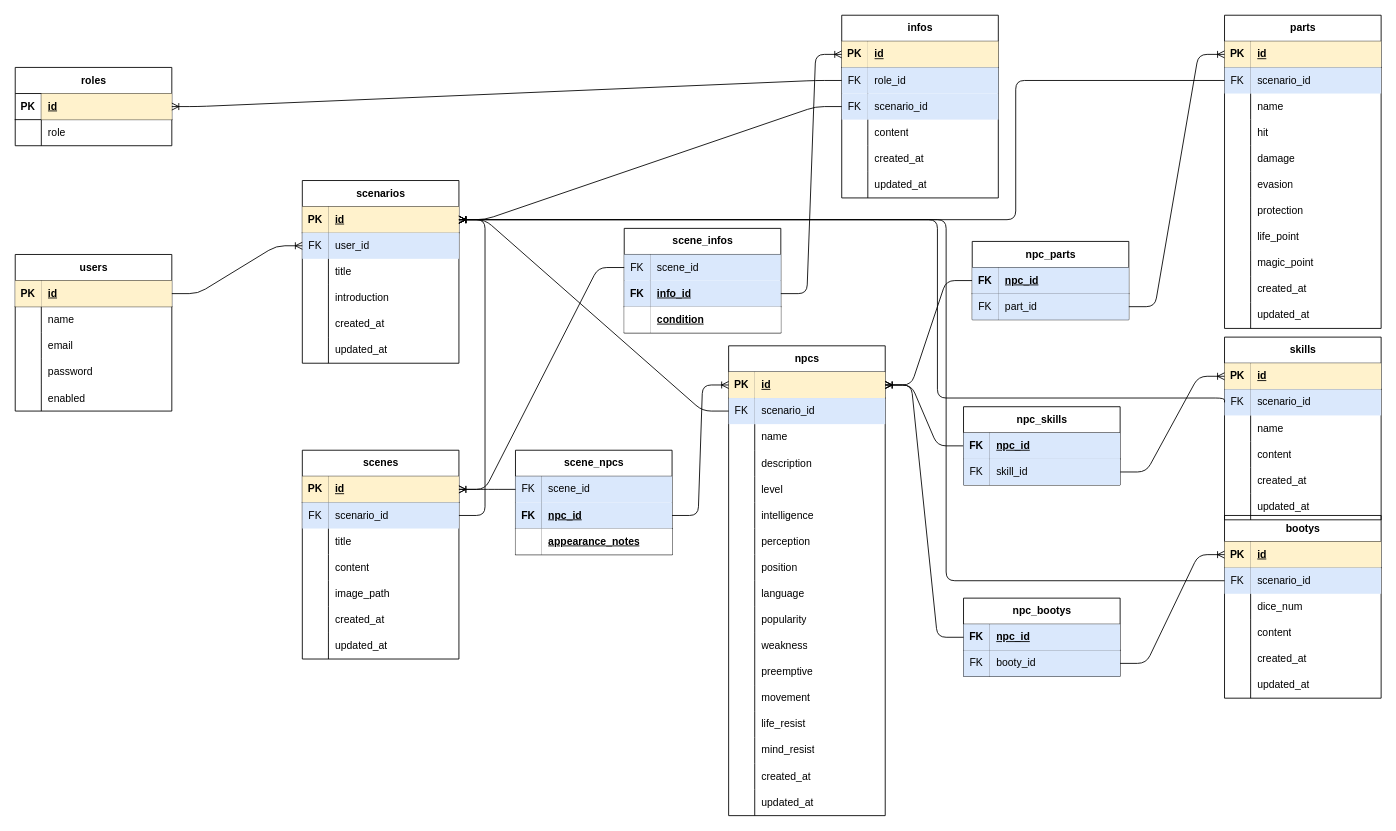
This is page "ページ1" (1 of 2) of ER.drawio from nyandoragora/trpg-writer, a draw.io file, before an edit. Source tidied: cells renumbered, new cells numbered last; positions are measured from the earlier drawing's top-left corner, leaving out a move shared by most shapes. Both pictures are drawn from the tidied source at 87%, with x=0, y=0 at pixel (15, 15).
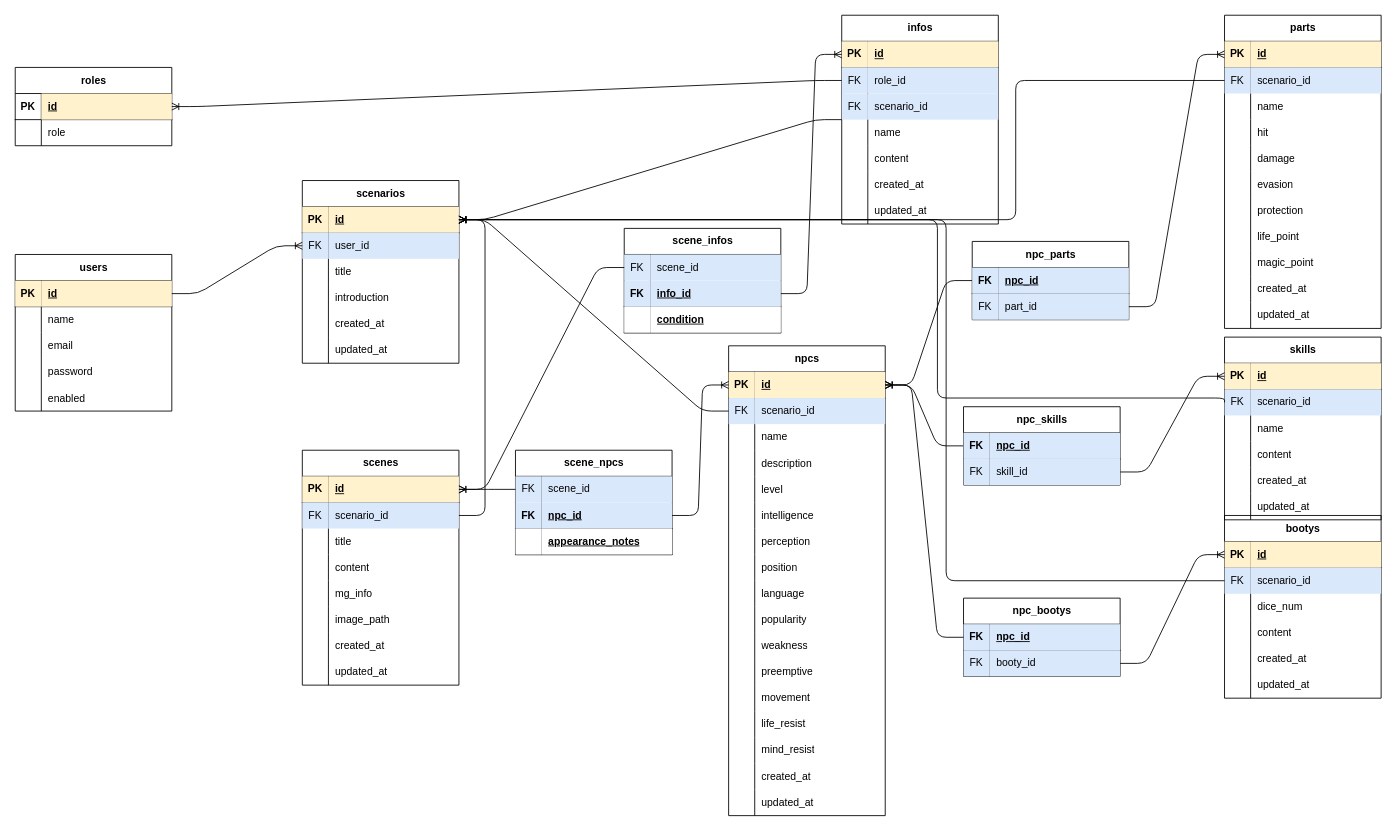
After the change.

Change to the diagram source:
```diff
@@
     <mxCell id="45" value="scenes" style="shape=table;startSize=30;childLayout=tableLayout;rowLines=0;fontStyle=1;align=center;html=1;" parent="1" vertex="1">
-      <mxGeometry x="330" y="500" width="180" height="240" as="geometry" />
+      <mxGeometry x="330" y="500" width="180" height="270" as="geometry" />
     </mxCell>
@@
+    <mxCell id="268" style="shape=tableRow;horizontal=0;startSize=0;swimlaneHead=0;swimlaneBody=0;fillColor=none;top=0;left=0;right=0;bottom=0;" parent="45" vertex="1">
+      <mxGeometry y="150" width="180" height="30" as="geometry" />
+    </mxCell>
+    <mxCell id="269" style="shape=partialRectangle;fillColor=none;top=0;left=0;bottom=0;right=0;overflow=hidden;whiteSpace=wrap;html=1;" parent="268" vertex="1">
+      <mxGeometry width="30" height="30" as="geometry" />
+    </mxCell>
+    <mxCell id="270" value="mg_info" style="shape=partialRectangle;fillColor=none;top=0;left=0;bottom=0;right=0;align=left;spacingLeft=6;overflow=hidden;whiteSpace=wrap;html=1;" parent="268" vertex="1">
+      <mxGeometry x="30" width="150" height="30" as="geometry" />
+    </mxCell>
     <mxCell id="58" style="shape=tableRow;horizontal=0;startSize=0;swimlaneHead=0;swimlaneBody=0;fillColor=none;top=0;left=0;right=0;bottom=0;" parent="45" vertex="1">
-      <mxGeometry y="150" width="180" height="30" as="geometry" />
+      <mxGeometry y="180" width="180" height="30" as="geometry" />
     </mxCell>
@@
     <mxCell id="61" style="shape=tableRow;horizontal=0;startSize=0;swimlaneHead=0;swimlaneBody=0;fillColor=none;top=0;left=0;right=0;bottom=0;" parent="45" vertex="1">
-      <mxGeometry y="180" width="180" height="30" as="geometry" />
+      <mxGeometry y="210" width="180" height="30" as="geometry" />
     </mxCell>
@@
     <mxCell id="64" style="shape=tableRow;horizontal=0;startSize=0;swimlaneHead=0;swimlaneBody=0;fillColor=none;top=0;left=0;right=0;bottom=0;" parent="45" vertex="1">
-      <mxGeometry y="210" width="180" height="30" as="geometry" />
+      <mxGeometry y="240" width="180" height="30" as="geometry" />
     </mxCell>
@@
     <mxCell id="67" value="infos" style="shape=table;startSize=30;childLayout=tableLayout;rowLines=0;fontStyle=1;align=center;html=1;" parent="1" vertex="1">
-      <mxGeometry x="950" width="180" height="210" as="geometry" />
+      <mxGeometry x="950" width="180" height="240" as="geometry" />
     </mxCell>
@@
+    <mxCell id="271" style="shape=tableRow;horizontal=0;startSize=0;swimlaneHead=0;swimlaneBody=0;fillColor=none;top=0;left=0;right=0;bottom=0;" parent="67" vertex="1">
+      <mxGeometry y="120" width="180" height="30" as="geometry" />
+    </mxCell>
+    <mxCell id="272" style="shape=partialRectangle;fillColor=none;top=0;left=0;bottom=0;right=0;overflow=hidden;whiteSpace=wrap;html=1;" parent="271" vertex="1">
+      <mxGeometry width="30" height="30" as="geometry" />
+    </mxCell>
+    <mxCell id="273" value="name" style="shape=partialRectangle;fillColor=none;top=0;left=0;bottom=0;right=0;align=left;spacingLeft=6;overflow=hidden;whiteSpace=wrap;html=1;" parent="271" vertex="1">
+      <mxGeometry x="30" width="150" height="30" as="geometry" />
+    </mxCell>
     <mxCell id="77" style="shape=tableRow;horizontal=0;startSize=0;swimlaneHead=0;swimlaneBody=0;fillColor=none;top=0;left=0;right=0;bottom=0;" parent="67" vertex="1">
-      <mxGeometry y="120" width="180" height="30" as="geometry" />
+      <mxGeometry y="150" width="180" height="30" as="geometry" />
     </mxCell>
@@
     <mxCell id="80" style="shape=tableRow;horizontal=0;startSize=0;swimlaneHead=0;swimlaneBody=0;fillColor=none;top=0;left=0;right=0;bottom=0;" parent="67" vertex="1">
-      <mxGeometry y="150" width="180" height="30" as="geometry" />
+      <mxGeometry y="180" width="180" height="30" as="geometry" />
     </mxCell>
@@
     <mxCell id="83" style="shape=tableRow;horizontal=0;startSize=0;swimlaneHead=0;swimlaneBody=0;fillColor=none;top=0;left=0;right=0;bottom=0;" parent="67" vertex="1">
-      <mxGeometry y="180" width="180" height="30" as="geometry" />
+      <mxGeometry y="210" width="180" height="30" as="geometry" />
     </mxCell>
```
